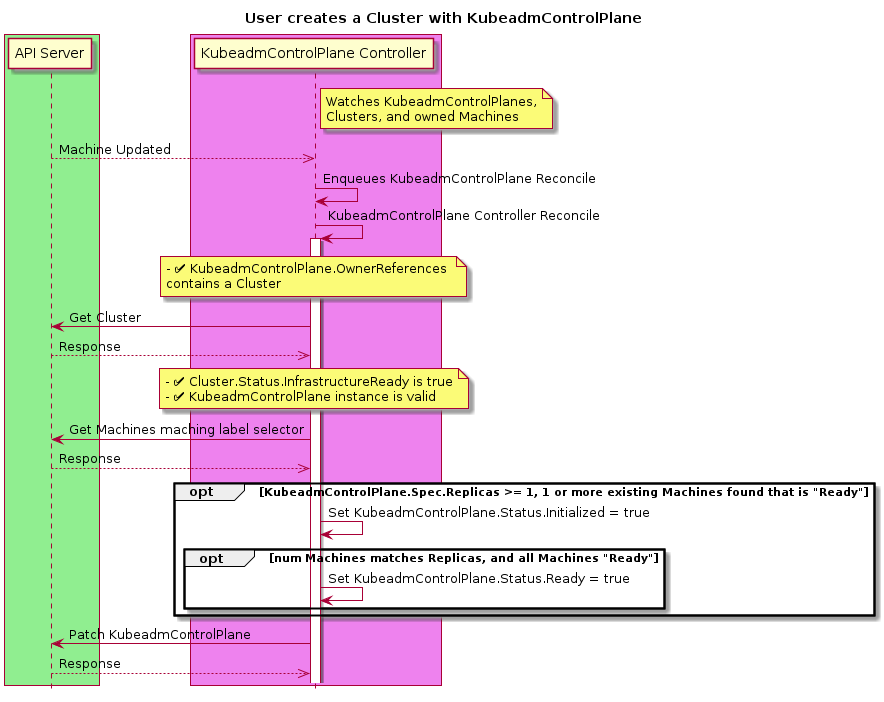
Earlier version of the PlantUML export docs/proposals/images/controlplane/controlplane-init-3.png (kubernetes-sigs/cluster-api).
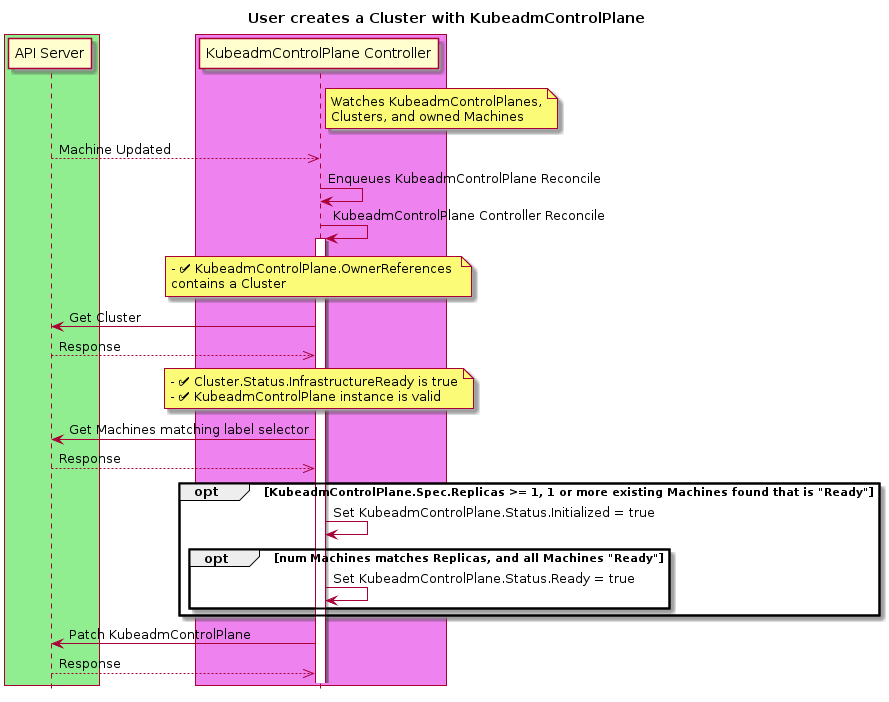
Above is the later version.

The edit, as a diff of the source:
```diff
@@ -27,7 +27,7 @@
 
 note over "KubeadmControlPlane Controller": - ✅ Cluster.Status.InfrastructureReady is true\n- ✅ KubeadmControlPlane instance is valid
 
-"KubeadmControlPlane Controller"->"API Server": Get Machines maching label selector
+"KubeadmControlPlane Controller"->"API Server": Get Machines matching label selector
 "KubeadmControlPlane Controller"<<--"API Server": Response
 
 opt KubeadmControlPlane.Spec.Replicas >= 1, 1 or more existing Machines found that is "Ready"
```
